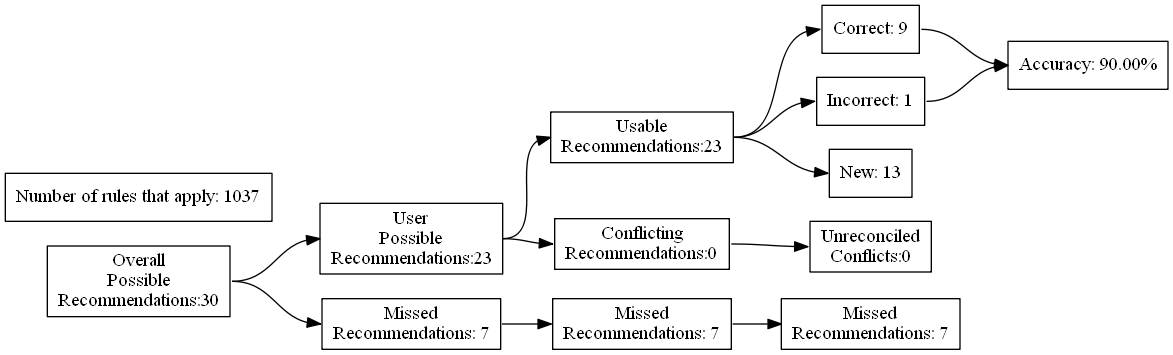
The Graphviz diagram test_renders/4.gv.png in ZaxR/ibd_diet_analysis, before a commit. Its source is kept beside it as test_renders/4.gv. Its diagram source:
```dot
digraph {
	graph [rankdir=LR]
	node [pos=r shape=box]
	edge [headport=w tailport=e]
		A [label="Overall
Possible
Recommendations:30"]
		B [label="User
Possible
Recommendations:23"]
		C [label="Missed
Recommendations: 7"]
		D [label="Usable
Recommendations:23"]
		E [label="Conflicting
Recommendations:0"]
		J [label="Missed
Recommendations: 7"]
		M [label="Unreconciled
Conflicts:0"]
		F [label="Correct: 9"]
		G [label="Incorrect: 1"]
		H [label="New: 13"]
		K [label="Missed
Recommendations: 7"]
		I [label="Accuracy: 90.00%"]
		l [label="Number of rules that apply: 1037"]
			A -> B
			A -> C
			B -> D
			B -> E
			D -> F
			D -> G
			D -> H
			F -> I
			G -> I
			C -> J
			J -> K
			E -> M
}
```
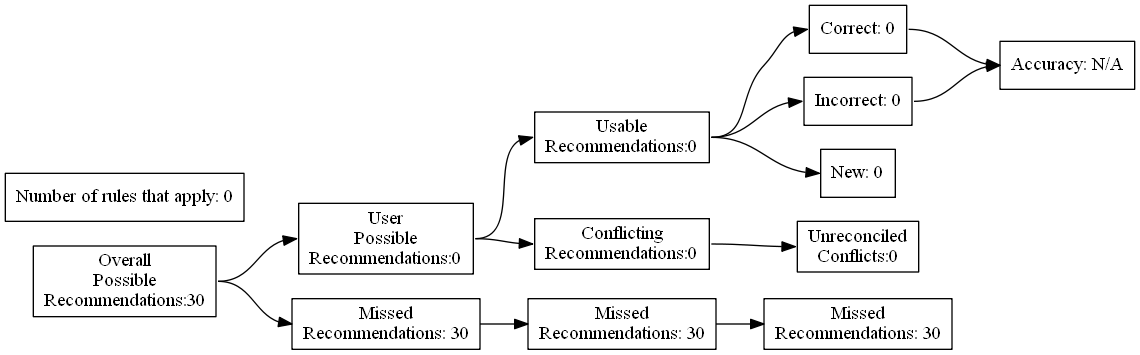
The same diagram one commit later.

Diff of the diagram source:
```diff
@@ -7,24 +7,24 @@
 Recommendations:30"]
 		B [label="User
 Possible
-Recommendations:23"]
+Recommendations:0"]
 		C [label="Missed
-Recommendations: 7"]
+Recommendations: 30"]
 		D [label="Usable
-Recommendations:23"]
+Recommendations:0"]
 		E [label="Conflicting
 Recommendations:0"]
 		J [label="Missed
-Recommendations: 7"]
+Recommendations: 30"]
 		M [label="Unreconciled
 Conflicts:0"]
-		F [label="Correct: 9"]
-		G [label="Incorrect: 1"]
-		H [label="New: 13"]
+		F [label="Correct: 0"]
+		G [label="Incorrect: 0"]
+		H [label="New: 0"]
 		K [label="Missed
-Recommendations: 7"]
-		I [label="Accuracy: 90.00%"]
-		l [label="Number of rules that apply: 1037"]
+Recommendations: 30"]
+		I [label="Accuracy: N/A"]
+		l [label="Number of rules that apply: 0"]
 			A -> B
 			A -> C
 			B -> D
```
